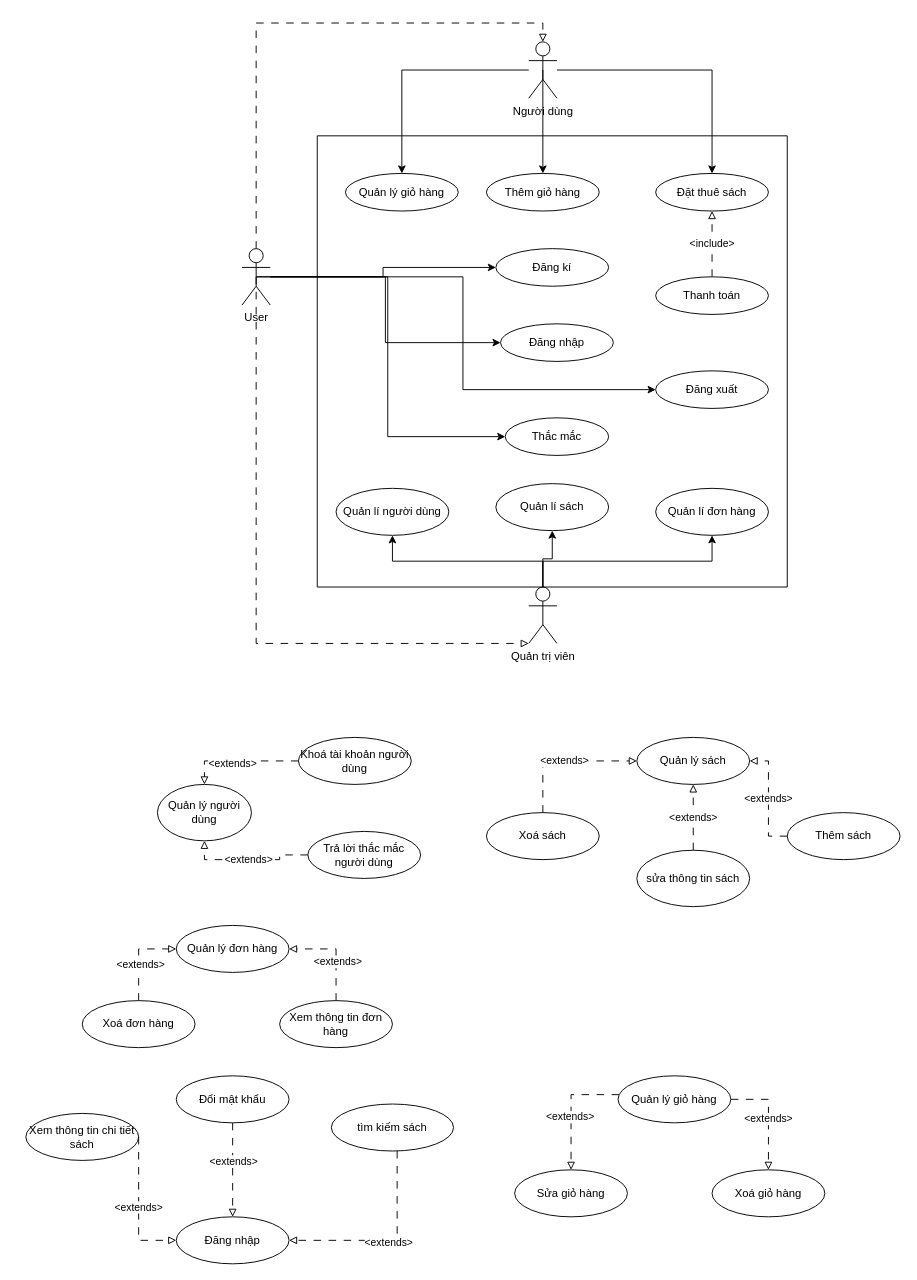
Earlier version of the draw.io diagram Untitled Diagram.drawio (leehoang21/uml). Source tidied: cells renumbered, new cells numbered last; positions are measured from the earlier drawing's top-left corner, leaving out a move shared by most shapes. Both pictures are drawn from the tidied source at 94%, with x=0, y=0 at pixel (25, 41).
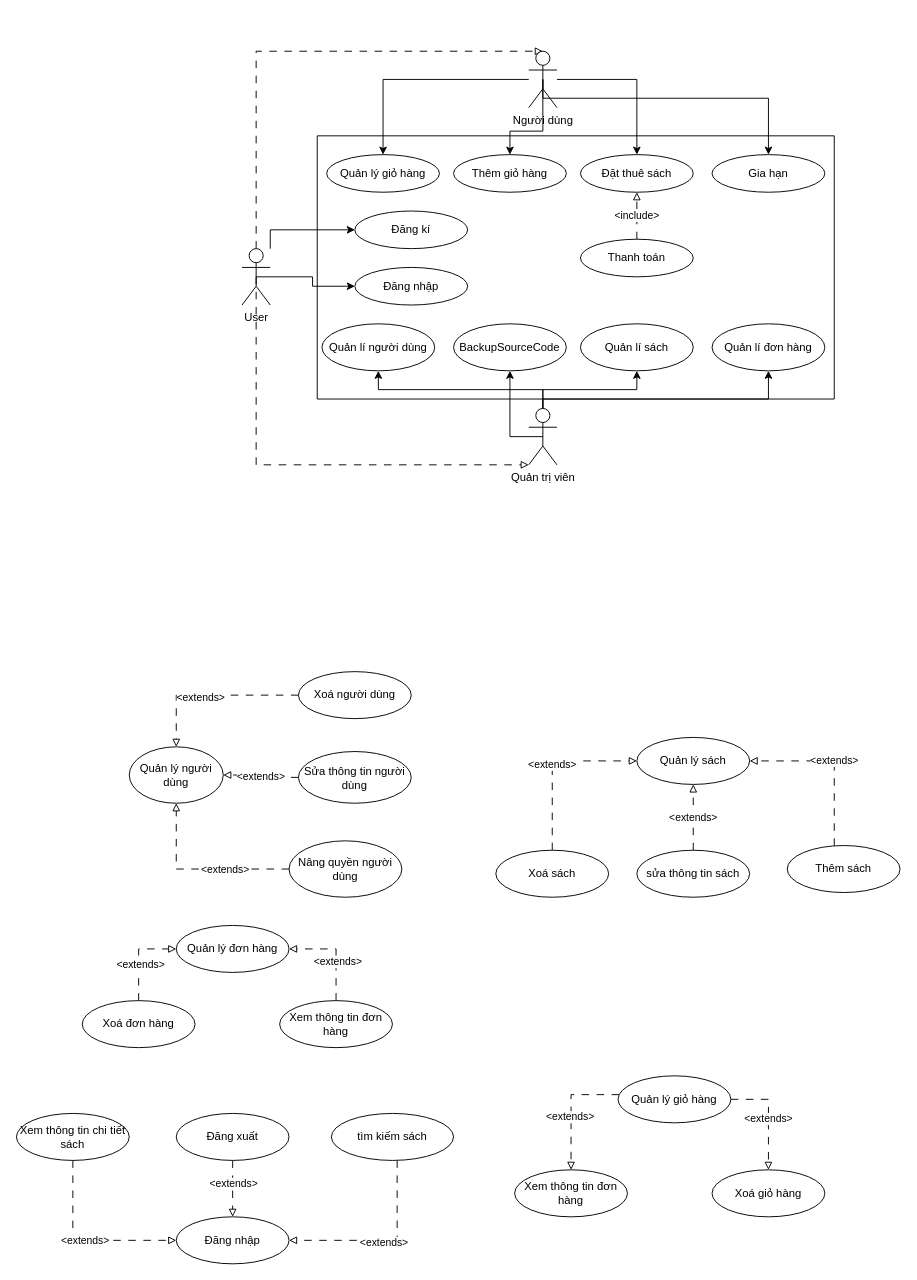
Above is the later version.

Unchanged cells that the change refers to:
```xml
<mxCell id="8" value="User" style="shape=umlActor;verticalLabelPosition=bottom;verticalAlign=top;html=1;outlineConnect=0;" parent="1" vertex="1">
  <mxGeometry x="230" y="220" width="30" height="60" as="geometry" />
</mxCell>
<mxCell id="35" value="Quản lý sách" style="ellipse;whiteSpace=wrap;html=1;align=center;" parent="1" vertex="1">
  <mxGeometry x="650" y="740" width="120" height="50" as="geometry" />
</mxCell>
```

What changed in the source:
```diff
@@
     <mxCell id="2" style="edgeStyle=orthogonalEdgeStyle;rounded=0;jettySize=auto;html=1;entryX=0;entryY=0.5;entryDx=0;entryDy=0;" parent="1" edge="1" source="8" target="11">
-      <mxGeometry relative="1" as="geometry" />
+      <mxGeometry relative="1" as="geometry">
+        <Array as="points">
+          <mxPoint x="260" y="200" />
+        </Array>
+      </mxGeometry>
     </mxCell>
-    <mxCell id="3" style="edgeStyle=orthogonalEdgeStyle;rounded=0;jettySize=auto;html=1;exitX=0.5;exitY=0.5;exitDx=0;exitDy=0;exitPerimeter=0;entryX=0;entryY=0.5;entryDx=0;entryDy=0;" parent="1" edge="1" source="8" target="10">
-      <mxGeometry relative="1" as="geometry" />
-    </mxCell>
@@
     <mxCell id="5" style="edgeStyle=orthogonalEdgeStyle;rounded=0;jettySize=auto;html=1;exitX=0.5;exitY=0;exitDx=0;exitDy=0;exitPerimeter=0;entryX=0.5;entryY=0;entryDx=0;entryDy=0;entryPerimeter=0;dashed=1;endArrow=block;endFill=0;dashPattern=8 8;" parent="1" edge="1" source="8" target="15">
-      <mxGeometry relative="1" as="geometry" />
+      <mxGeometry relative="1" as="geometry">
+        <Array as="points">
+          <mxPoint x="245" y="10" />
+        </Array>
+      </mxGeometry>
     </mxCell>
     <mxCell id="6" style="edgeStyle=orthogonalEdgeStyle;rounded=0;jettySize=auto;html=1;exitX=0.5;exitY=0.5;exitDx=0;exitDy=0;exitPerimeter=0;entryX=0;entryY=1;entryDx=0;entryDy=0;entryPerimeter=0;dashed=1;endArrow=block;endFill=0;dashPattern=8 8;" parent="1" edge="1" source="8" target="21">
       <mxGeometry relative="1" as="geometry">
         <Array as="points">
-          <mxPoint x="245" y="640" />
+          <mxPoint x="245" y="450" />
         </Array>
       </mxGeometry>
     </mxCell>
-    <mxCell id="7" style="edgeStyle=orthogonalEdgeStyle;rounded=0;jettySize=auto;html=1;entryX=0;entryY=0.5;entryDx=0;entryDy=0;" parent="1" edge="1" source="8" target="66">
-      <mxGeometry relative="1" as="geometry" />
-    </mxCell>
@@
     <mxCell id="9" value="Đăng nhập" style="ellipse;whiteSpace=wrap;html=1;" parent="1" vertex="1">
-      <mxGeometry x="505" y="300" width="120" height="40" as="geometry" />
+      <mxGeometry x="350" y="240" width="120" height="40" as="geometry" />
     </mxCell>
-    <mxCell id="10" value="Đăng xuất" style="ellipse;whiteSpace=wrap;html=1;" parent="1" vertex="1">
-      <mxGeometry x="670" y="350" width="120" height="40" as="geometry" />
-    </mxCell>
     <mxCell id="11" value="Đăng kí" style="ellipse;whiteSpace=wrap;html=1;" parent="1" vertex="1">
-      <mxGeometry x="500" y="220" width="120" height="40" as="geometry" />
+      <mxGeometry x="350" y="180" width="120" height="40" as="geometry" />
     </mxCell>
@@
+    <mxCell id="67" style="edgeStyle=orthogonalEdgeStyle;rounded=0;jettySize=auto;html=1;exitX=0.5;exitY=0.5;exitDx=0;exitDy=0;exitPerimeter=0;entryX=0.5;entryY=0;entryDx=0;entryDy=0;" parent="1" edge="1" source="15" target="74">
+      <mxGeometry relative="1" as="geometry">
+        <Array as="points">
+          <mxPoint x="550" y="60" />
+          <mxPoint x="790" y="60" />
+        </Array>
+      </mxGeometry>
+    </mxCell>
     <mxCell id="15" value="Người dùng" style="shape=umlActor;verticalLabelPosition=bottom;verticalAlign=top;html=1;outlineConnect=0;" parent="1" vertex="1">
-      <mxGeometry x="535" width="30" height="60" as="geometry" />
+      <mxGeometry x="535" y="10" width="30" height="60" as="geometry" />
     </mxCell>
     <mxCell id="16" value="Thêm giỏ hàng" style="ellipse;whiteSpace=wrap;html=1;" parent="1" vertex="1">
-      <mxGeometry x="490" y="140" width="120" height="40" as="geometry" />
+      <mxGeometry x="455" y="120" width="120" height="40" as="geometry" />
     </mxCell>
     <mxCell id="17" value="Đặt thuê sách" style="ellipse;whiteSpace=wrap;html=1;" parent="1" vertex="1">
-      <mxGeometry x="670" y="140" width="120" height="40" as="geometry" />
+      <mxGeometry x="590" y="120" width="120" height="40" as="geometry" />
     </mxCell>
@@
     <mxCell id="19" style="edgeStyle=orthogonalEdgeStyle;rounded=0;jettySize=auto;html=1;exitX=0.5;exitY=0;exitDx=0;exitDy=0;exitPerimeter=0;entryX=0.5;entryY=1;entryDx=0;entryDy=0;" parent="1" edge="1" source="21" target="24">
-      <mxGeometry relative="1" as="geometry" />
+      <mxGeometry relative="1" as="geometry">
+        <Array as="points">
+          <mxPoint x="550" y="380" />
+          <mxPoint x="790" y="380" />
+        </Array>
+      </mxGeometry>
     </mxCell>
@@
+    <mxCell id="68" style="edgeStyle=orthogonalEdgeStyle;rounded=0;jettySize=auto;html=1;exitX=0.5;exitY=0.5;exitDx=0;exitDy=0;exitPerimeter=0;entryX=0.5;entryY=1;entryDx=0;entryDy=0;" parent="1" edge="1" source="21" target="75">
+      <mxGeometry relative="1" as="geometry">
+        <Array as="points">
+          <mxPoint x="515" y="420" />
+        </Array>
+      </mxGeometry>
+    </mxCell>
     <mxCell id="21" value="Quản trị viên" style="shape=umlActor;verticalLabelPosition=bottom;verticalAlign=top;html=1;outlineConnect=0;" parent="1" vertex="1">
-      <mxGeometry x="535" y="580" width="30" height="60" as="geometry" />
+      <mxGeometry x="535" y="390" width="30" height="60" as="geometry" />
     </mxCell>
     <mxCell id="22" value="Quản lí người dùng" style="ellipse;whiteSpace=wrap;html=1;" parent="1" vertex="1">
-      <mxGeometry x="330" y="475" width="120" height="50" as="geometry" />
+      <mxGeometry x="315" y="300" width="120" height="50" as="geometry" />
     </mxCell>
     <mxCell id="23" value="Quản lí sách" style="ellipse;whiteSpace=wrap;html=1;" parent="1" vertex="1">
-      <mxGeometry x="500" y="470" width="120" height="50" as="geometry" />
+      <mxGeometry x="590" y="300" width="120" height="50" as="geometry" />
     </mxCell>
     <mxCell id="24" value="Quản lí đơn hàng" style="ellipse;whiteSpace=wrap;html=1;" parent="1" vertex="1">
-      <mxGeometry x="670" y="475" width="120" height="50" as="geometry" />
+      <mxGeometry x="730" y="300" width="120" height="50" as="geometry" />
     </mxCell>
@@
     <mxCell id="26" value="Thanh toán" style="ellipse;whiteSpace=wrap;html=1;" parent="1" vertex="1">
-      <mxGeometry x="670" y="250" width="120" height="40" as="geometry" />
+      <mxGeometry x="590" y="210" width="120" height="40" as="geometry" />
     </mxCell>
     <mxCell id="27" style="endArrow=none;html=1;rounded=0;" parent="1" edge="1">
       <mxGeometry relative="1" as="geometry">
         <mxPoint x="310" y="100" as="sourcePoint" />
         <mxPoint x="310" y="100" as="targetPoint" />
         <Array as="points">
-          <mxPoint x="810" y="100" />
-          <mxPoint x="810" y="580" />
-          <mxPoint x="310" y="580" />
+          <mxPoint x="860" y="100" />
+          <mxPoint x="860" y="380" />
+          <mxPoint x="310" y="380" />
         </Array>
       </mxGeometry>
     </mxCell>
     <mxCell id="28" value="Quản lý giỏ hàng" style="ellipse;whiteSpace=wrap;html=1;" parent="1" vertex="1">
-      <mxGeometry x="340" y="140" width="120" height="40" as="geometry" />
+      <mxGeometry x="320" y="120" width="120" height="40" as="geometry" />
     </mxCell>
     <mxCell id="29" value="Quản lý người dùng" style="ellipse;whiteSpace=wrap;html=1;" parent="1" vertex="1">
-      <mxGeometry x="140" y="790" width="100" height="60" as="geometry" />
+      <mxGeometry x="110" y="750" width="100" height="60" as="geometry" />
     </mxCell>
@@
-    <mxCell id="32" value="Khoá tài khoản người dùng" style="ellipse;whiteSpace=wrap;html=1;" parent="1" vertex="1">
-      <mxGeometry x="290" y="740" width="120" height="50" as="geometry" />
+    <mxCell id="32" value="Xoá người dùng" style="ellipse;whiteSpace=wrap;html=1;" parent="1" vertex="1">
+      <mxGeometry x="290" y="670" width="120" height="50" as="geometry" />
     </mxCell>
-    <mxCell id="33" value="&amp;lt;extends&amp;gt;" style="edgeStyle=orthogonalEdgeStyle;rounded=0;jettySize=auto;html=1;entryX=0.5;entryY=1;entryDx=0;entryDy=0;dashed=1;dashPattern=8 8;endArrow=block;endFill=0;" parent="1" edge="1" source="34" target="29">
-      <mxGeometry relative="1" as="geometry" />
-    </mxCell>
-    <mxCell id="34" value="Trả lời thắc mắc người dùng" style="ellipse;whiteSpace=wrap;html=1;" parent="1" vertex="1">
-      <mxGeometry x="300" y="840" width="120" height="50" as="geometry" />
-    </mxCell>
@@
     <mxCell id="36" value="&amp;lt;extends&amp;gt;" style="edgeStyle=orthogonalEdgeStyle;rounded=0;jettySize=auto;html=1;entryX=1;entryY=0.5;entryDx=0;entryDy=0;dashed=1;dashPattern=8 8;endArrow=block;endFill=0;" parent="1" edge="1" source="37" target="35">
-      <mxGeometry relative="1" as="geometry" />
+      <mxGeometry relative="1" as="geometry">
+        <Array as="points">
+          <mxPoint x="860" y="765" />
+        </Array>
+      </mxGeometry>
     </mxCell>
     <mxCell id="37" value="Thêm sách" style="ellipse;whiteSpace=wrap;html=1;" parent="1" vertex="1">
-      <mxGeometry x="810" y="820" width="120" height="50" as="geometry" />
+      <mxGeometry x="810" y="855" width="120" height="50" as="geometry" />
     </mxCell>
@@
     <mxCell id="40" value="Xoá sách" style="ellipse;whiteSpace=wrap;html=1;" parent="1" vertex="1">
-      <mxGeometry x="490" y="820" width="120" height="50" as="geometry" />
+      <mxGeometry x="500" y="860" width="120" height="50" as="geometry" />
     </mxCell>
@@
     <mxCell id="42" value="sửa thông tin sách" style="ellipse;whiteSpace=wrap;html=1;" parent="1" vertex="1">
-      <mxGeometry x="650" y="860" width="120" height="60" as="geometry" />
+      <mxGeometry x="650" y="860" width="120" height="50" as="geometry" />
     </mxCell>
@@
-    <mxCell id="56" value="Sửa giỏ hàng" style="ellipse;whiteSpace=wrap;html=1;" parent="1" vertex="1">
+    <mxCell id="56" value="Xem thông tin đơn hàng" style="ellipse;whiteSpace=wrap;html=1;" parent="1" vertex="1">
       <mxGeometry x="520" y="1200" width="120" height="50" as="geometry" />
     </mxCell>
@@
     <mxCell id="59" value="Xem thông tin chi tiết sách" style="ellipse;whiteSpace=wrap;html=1;" parent="1" vertex="1">
-      <mxGeometry y="1140" width="120" height="50" as="geometry" />
+      <mxGeometry x="-10" y="1140" width="120" height="50" as="geometry" />
     </mxCell>
@@
     <mxCell id="62" value="tìm kiếm sách" style="ellipse;whiteSpace=wrap;html=1;" parent="1" vertex="1">
-      <mxGeometry x="325" y="1130" width="130" height="50" as="geometry" />
+      <mxGeometry x="325" y="1140" width="130" height="50" as="geometry" />
     </mxCell>
@@
-    <mxCell id="65" value="Đổi mật khẩu" style="ellipse;whiteSpace=wrap;html=1;" parent="1" vertex="1">
-      <mxGeometry x="160" y="1100" width="120" height="50" as="geometry" />
+    <mxCell id="65" value="Đăng xuất" style="ellipse;whiteSpace=wrap;html=1;" parent="1" vertex="1">
+      <mxGeometry x="160" y="1140" width="120" height="50" as="geometry" />
     </mxCell>
-    <mxCell id="66" value="Thắc mắc" style="ellipse;whiteSpace=wrap;html=1;" parent="1" vertex="1">
-      <mxGeometry x="510" y="400" width="110" height="40" as="geometry" />
-    </mxCell>
+    <mxCell id="69" value="&amp;lt;extends&amp;gt;" style="edgeStyle=orthogonalEdgeStyle;rounded=0;jettySize=auto;html=1;exitX=0;exitY=0.5;exitDx=0;exitDy=0;dashed=1;dashPattern=8 8;endArrow=block;endFill=0;" parent="1" edge="1" source="70" target="29">
+      <mxGeometry relative="1" as="geometry" />
+    </mxCell>
+    <mxCell id="70" value="Sửa thông tin người dùng" style="ellipse;whiteSpace=wrap;html=1;" parent="1" vertex="1">
+      <mxGeometry x="290" y="755" width="120" height="55" as="geometry" />
+    </mxCell>
+    <mxCell id="71" style="edgeStyle=orthogonalEdgeStyle;rounded=0;jettySize=auto;html=1;dashed=1;dashPattern=8 8;endArrow=block;endFill=0;" parent="1" edge="1" source="73" target="29">
+      <mxGeometry relative="1" as="geometry" />
+    </mxCell>
+    <mxCell id="72" value="&amp;lt;extends&amp;gt;" style="edgeLabel;html=1;align=center;verticalAlign=middle;" parent="71" vertex="1">
+      <mxGeometry x="-0.28" y="1" relative="1" as="geometry">
+        <mxPoint x="-1" y="-1" as="offset" />
+      </mxGeometry>
+    </mxCell>
+    <mxCell id="73" value="Nâng quyền người dùng" style="ellipse;whiteSpace=wrap;html=1;" parent="1" vertex="1">
+      <mxGeometry x="280" y="850" width="120" height="60" as="geometry" />
+    </mxCell>
+    <mxCell id="74" value="Gia hạn" style="ellipse;whiteSpace=wrap;html=1;" parent="1" vertex="1">
+      <mxGeometry x="730" y="120" width="120" height="40" as="geometry" />
+    </mxCell>
+    <mxCell id="75" value="BackupSourceCode" style="ellipse;whiteSpace=wrap;html=1;" parent="1" vertex="1">
+      <mxGeometry x="455" y="300" width="120" height="50" as="geometry" />
+    </mxCell>
```
